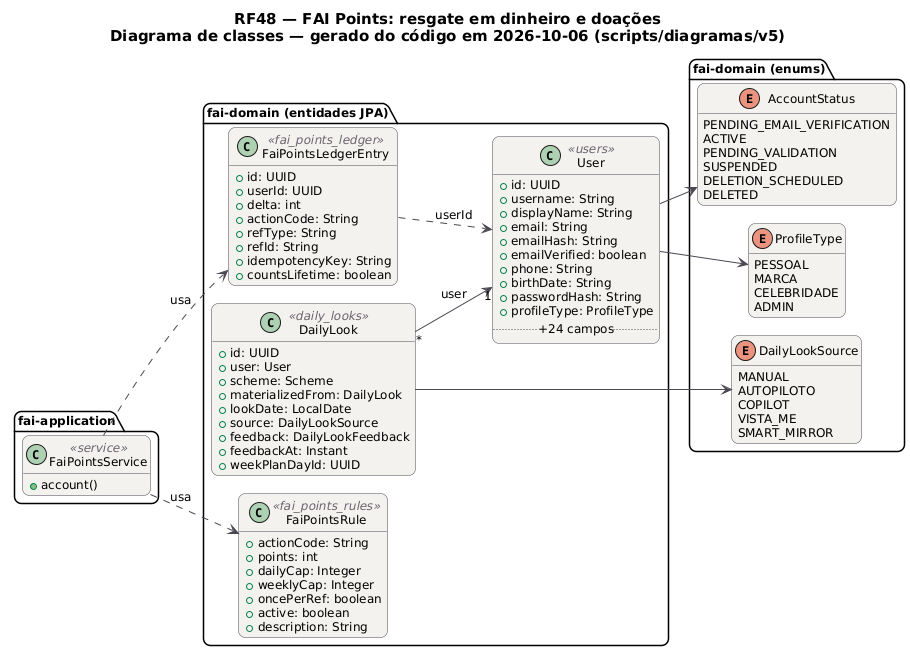
Before: docs/diagramas/RF48/RF48_Classes.png, a diagram exported from PlantUML (MatheusHaliski/tcc-2026-fashion-ai-backend).
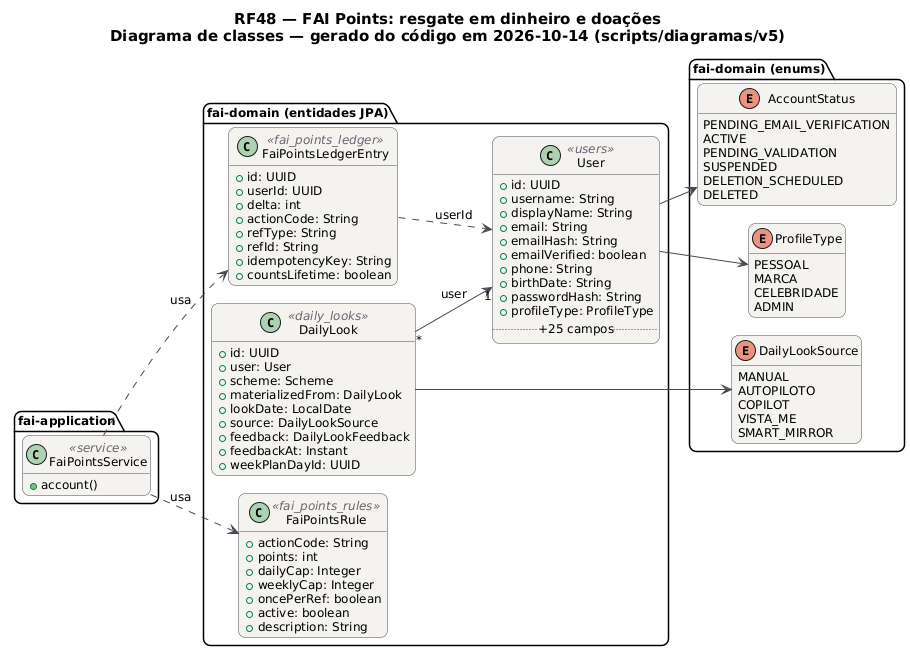
After the commit.

The edit, as a diff of the source:
```diff
@@ -20,7 +20,7 @@
 }
 hide empty members
 left to right direction
-title RF48 — FAI Points: resgate em dinheiro e doações\nDiagrama de classes — gerado do código em 2026-10-06 (scripts/diagramas/v5)
+title RF48 — FAI Points: resgate em dinheiro e doações\nDiagrama de classes — gerado do código em 2026-10-14 (scripts/diagramas/v5)
 
 package "fai-domain (entidades JPA)" {
   class DailyLook <<daily_looks>> {
@@ -64,7 +64,7 @@
     +birthDate: String
     +passwordHash: String
     +profileType: ProfileType
-    .. +24 campos ..
+    .. +25 campos ..
   }
 }
 package "fai-domain (enums)" {
```
